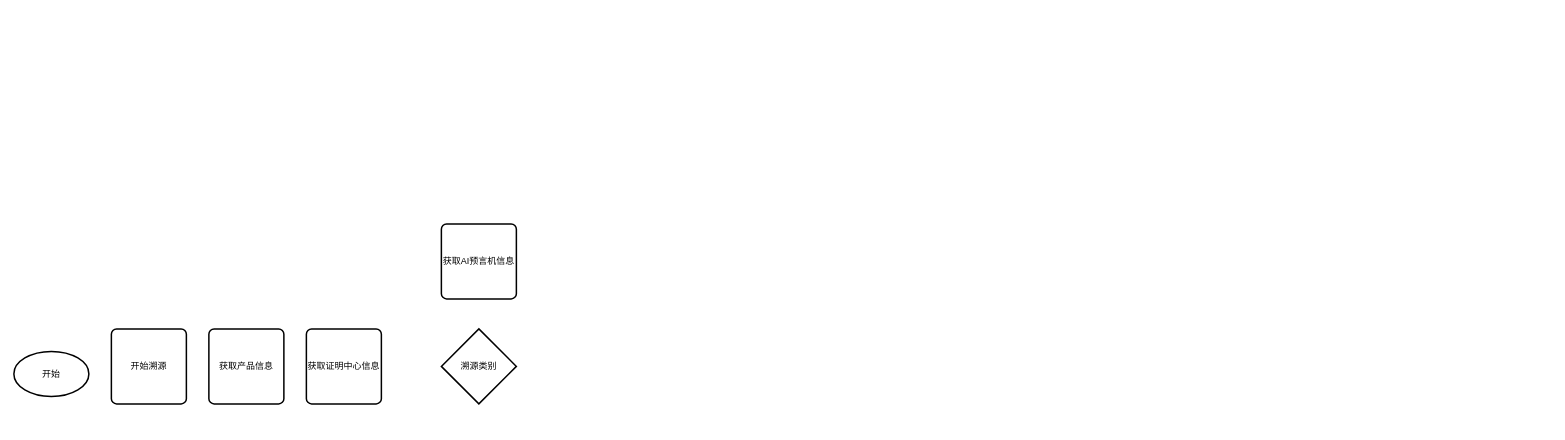
Above: page "溯源功能" (5 of 10) of 申请流程.drawio in xymtop/draw (draw.io), before the change. Source tidied: cells renumbered, new cells numbered last; positions are measured from the earlier drawing's top-left corner, leaving out a move shared by most shapes. Both pictures are drawn from the tidied source at 75%, with x=0, y=0 at pixel (14, 224).
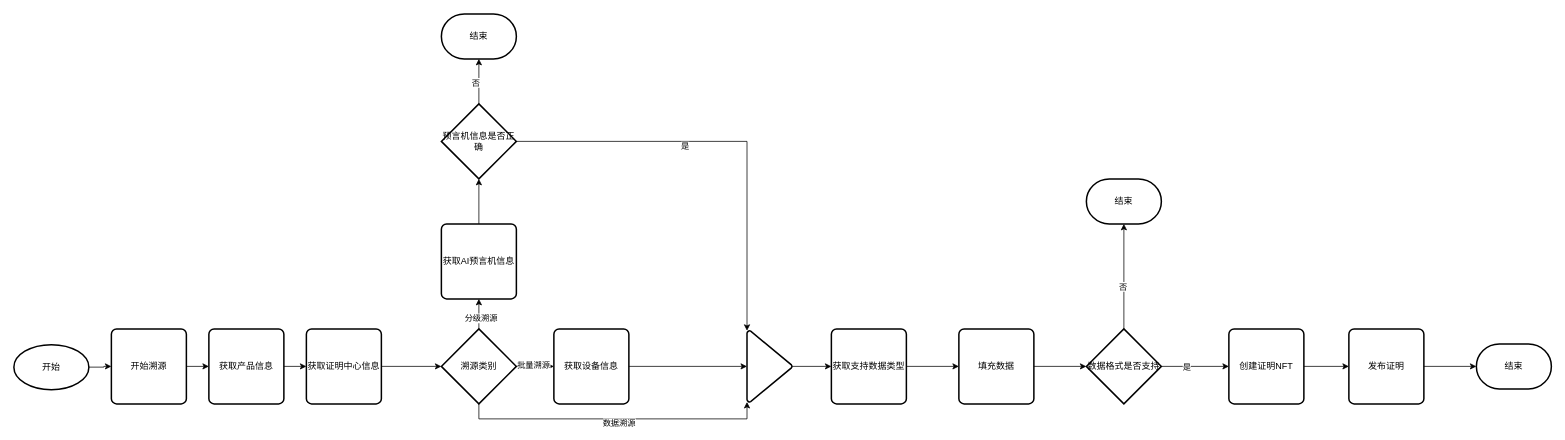
Above is the later version.

Unchanged cells that the change refers to:
```xml
<mxCell id="3" value="溯源类别" style="strokeWidth=2;html=1;shape=mxgraph.flowchart.decision;whiteSpace=wrap;" parent="1" vertex="1">
  <mxGeometry x="570" y="140" width="100" height="100" as="geometry" />
</mxCell>
<mxCell id="4" value="开始溯源" style="rounded=1;whiteSpace=wrap;html=1;absoluteArcSize=1;arcSize=14;strokeWidth=2;" parent="1" vertex="1">
  <mxGeometry x="130" y="140" width="100" height="100" as="geometry" />
</mxCell>
<mxCell id="5" value="获取产品信息" style="rounded=1;whiteSpace=wrap;html=1;absoluteArcSize=1;arcSize=14;strokeWidth=2;" parent="1" vertex="1">
  <mxGeometry x="260" y="140" width="100" height="100" as="geometry" />
</mxCell>
<mxCell id="6" value="获取证明中心信息" style="rounded=1;whiteSpace=wrap;html=1;absoluteArcSize=1;arcSize=14;strokeWidth=2;" parent="1" vertex="1">
  <mxGeometry x="390" y="140" width="100" height="100" as="geometry" />
</mxCell>
<mxCell id="7" value="获取AI预言机信息" style="rounded=1;whiteSpace=wrap;html=1;absoluteArcSize=1;arcSize=14;strokeWidth=2;" parent="1" vertex="1">
  <mxGeometry x="570" width="100" height="100" as="geometry" />
</mxCell>
```

Diff of the diagram source:
```diff
@@
+    <mxCell id="8" style="edgeStyle=orthogonalEdgeStyle;rounded=0;jettySize=auto;html=1;exitX=1;exitY=0.5;exitDx=0;exitDy=0;exitPerimeter=0;" parent="1" edge="1" source="2" target="4">
+      <mxGeometry relative="1" as="geometry" />
+    </mxCell>
     <mxCell id="2" value="开始" style="strokeWidth=2;html=1;shape=mxgraph.flowchart.start_1;whiteSpace=wrap;" parent="1" vertex="1">
-      <mxGeometry y="170" width="100" height="60" as="geometry" />
+      <mxGeometry y="161" width="100" height="60" as="geometry" />
     </mxCell>
+    <mxCell id="9" style="edgeStyle=orthogonalEdgeStyle;rounded=0;jettySize=auto;html=1;exitX=1;exitY=0.5;exitDx=0;exitDy=0;exitPerimeter=0;entryX=0;entryY=0.5;entryDx=0;entryDy=0;" parent="1" edge="1" source="3" target="16">
+      <mxGeometry relative="1" as="geometry" />
+    </mxCell>
+    <mxCell id="10" value="批量溯源" style="edgeLabel;html=1;align=center;verticalAlign=middle;" parent="9" vertex="1">
+      <mxGeometry x="-0.13" y="2" relative="1" as="geometry" />
+    </mxCell>
+    <mxCell id="11" style="edgeStyle=orthogonalEdgeStyle;rounded=0;jettySize=auto;html=1;exitX=0.5;exitY=0;exitDx=0;exitDy=0;exitPerimeter=0;entryX=0.5;entryY=1;entryDx=0;entryDy=0;" parent="1" edge="1" source="3" target="7">
+      <mxGeometry relative="1" as="geometry" />
+    </mxCell>
+    <mxCell id="12" value="分级溯源" style="edgeLabel;html=1;align=center;verticalAlign=middle;" parent="11" vertex="1">
+      <mxGeometry x="-0.23" y="-2" relative="1" as="geometry" />
+    </mxCell>
@@
+    <mxCell id="13" style="edgeStyle=orthogonalEdgeStyle;rounded=0;jettySize=auto;html=1;exitX=1;exitY=0.5;exitDx=0;exitDy=0;entryX=0;entryY=0.5;entryDx=0;entryDy=0;" parent="1" edge="1" source="4" target="5">
+      <mxGeometry relative="1" as="geometry" />
+    </mxCell>
@@
+    <mxCell id="14" style="edgeStyle=orthogonalEdgeStyle;rounded=0;jettySize=auto;html=1;exitX=1;exitY=0.5;exitDx=0;exitDy=0;entryX=0;entryY=0.5;entryDx=0;entryDy=0;" parent="1" edge="1" source="5" target="6">
+      <mxGeometry relative="1" as="geometry" />
+    </mxCell>
@@
+    <mxCell id="15" value="预言机信息是否正确" style="strokeWidth=2;html=1;shape=mxgraph.flowchart.decision;whiteSpace=wrap;" parent="1" vertex="1">
+      <mxGeometry x="570" y="-160" width="100" height="100" as="geometry" />
+    </mxCell>
+    <mxCell id="16" value="获取设备信息" style="rounded=1;whiteSpace=wrap;html=1;absoluteArcSize=1;arcSize=14;strokeWidth=2;" parent="1" vertex="1">
+      <mxGeometry x="720" y="140" width="100" height="100" as="geometry" />
+    </mxCell>
+    <mxCell id="17" style="edgeStyle=orthogonalEdgeStyle;rounded=0;jettySize=auto;html=1;exitX=1;exitY=0.5;exitDx=0;exitDy=0;entryX=0;entryY=0.5;entryDx=0;entryDy=0;" parent="1" edge="1" source="18" target="28">
+      <mxGeometry relative="1" as="geometry" />
+    </mxCell>
+    <mxCell id="18" value="获取支持数据类型" style="rounded=1;whiteSpace=wrap;html=1;absoluteArcSize=1;arcSize=14;strokeWidth=2;" parent="1" vertex="1">
+      <mxGeometry x="1090" y="140" width="100" height="100" as="geometry" />
+    </mxCell>
+    <mxCell id="19" style="edgeStyle=orthogonalEdgeStyle;rounded=0;jettySize=auto;html=1;exitX=0.5;exitY=1;exitDx=0;exitDy=0;exitPerimeter=0;entryX=0;entryY=0.5;entryDx=0;entryDy=0;" parent="1" edge="1" source="20" target="18">
+      <mxGeometry relative="1" as="geometry" />
+    </mxCell>
+    <mxCell id="20" style="strokeWidth=2;html=1;shape=mxgraph.flowchart.merge_or_storage;whiteSpace=wrap;rotation=-90;" parent="1" vertex="1">
+      <mxGeometry x="960" y="160" width="95" height="60" as="geometry" />
+    </mxCell>
+    <mxCell id="21" style="edgeStyle=orthogonalEdgeStyle;rounded=0;jettySize=auto;html=1;exitX=1;exitY=0.5;exitDx=0;exitDy=0;entryX=0;entryY=0.5;entryDx=0;entryDy=0;entryPerimeter=0;" parent="1" edge="1" source="6" target="3">
+      <mxGeometry relative="1" as="geometry" />
+    </mxCell>
+    <mxCell id="22" style="edgeStyle=orthogonalEdgeStyle;rounded=0;jettySize=auto;html=1;exitX=0.5;exitY=0;exitDx=0;exitDy=0;entryX=0.5;entryY=1;entryDx=0;entryDy=0;entryPerimeter=0;" parent="1" edge="1" source="7" target="15">
+      <mxGeometry relative="1" as="geometry" />
+    </mxCell>
+    <mxCell id="23" style="edgeStyle=orthogonalEdgeStyle;rounded=0;jettySize=auto;html=1;exitX=1;exitY=0.5;exitDx=0;exitDy=0;exitPerimeter=0;entryX=1;entryY=0;entryDx=0;entryDy=0;entryPerimeter=0;" parent="1" edge="1" source="15" target="20">
+      <mxGeometry relative="1" as="geometry" />
+    </mxCell>
+    <mxCell id="24" value="是" style="edgeLabel;html=1;align=center;verticalAlign=middle;" parent="23" vertex="1">
+      <mxGeometry x="-0.2" y="-6" relative="1" as="geometry" />
+    </mxCell>
+    <mxCell id="25" style="edgeStyle=orthogonalEdgeStyle;rounded=0;jettySize=auto;html=1;exitX=1;exitY=0.5;exitDx=0;exitDy=0;entryX=0.5;entryY=0;entryDx=0;entryDy=0;entryPerimeter=0;" parent="1" edge="1" source="16" target="20">
+      <mxGeometry relative="1" as="geometry" />
+    </mxCell>
+    <mxCell id="26" style="edgeStyle=orthogonalEdgeStyle;rounded=0;jettySize=auto;html=1;exitX=0.5;exitY=1;exitDx=0;exitDy=0;exitPerimeter=0;entryX=0;entryY=0;entryDx=0;entryDy=0;entryPerimeter=0;" parent="1" edge="1" source="3" target="20">
+      <mxGeometry relative="1" as="geometry" />
+    </mxCell>
+    <mxCell id="27" value="数据溯源" style="edgeLabel;html=1;align=center;verticalAlign=middle;" parent="26" vertex="1">
+      <mxGeometry x="0.03" y="-5" relative="1" as="geometry" />
+    </mxCell>
+    <mxCell id="28" value="填充数据" style="rounded=1;whiteSpace=wrap;html=1;absoluteArcSize=1;arcSize=14;strokeWidth=2;" parent="1" vertex="1">
+      <mxGeometry x="1260" y="140" width="100" height="100" as="geometry" />
+    </mxCell>
+    <mxCell id="29" style="edgeStyle=orthogonalEdgeStyle;rounded=0;jettySize=auto;html=1;exitX=1;exitY=0.5;exitDx=0;exitDy=0;exitPerimeter=0;entryX=0;entryY=0.5;entryDx=0;entryDy=0;" parent="1" edge="1" source="31" target="33">
+      <mxGeometry relative="1" as="geometry" />
+    </mxCell>
+    <mxCell id="30" value="是" style="edgeLabel;html=1;align=center;verticalAlign=middle;" parent="29" vertex="1">
+      <mxGeometry x="-0.26" relative="1" as="geometry" />
+    </mxCell>
+    <mxCell id="31" value="数据格式是否支持" style="strokeWidth=2;html=1;shape=mxgraph.flowchart.decision;whiteSpace=wrap;" parent="1" vertex="1">
+      <mxGeometry x="1430" y="140" width="100" height="100" as="geometry" />
+    </mxCell>
+    <mxCell id="32" style="edgeStyle=orthogonalEdgeStyle;rounded=0;jettySize=auto;html=1;exitX=1;exitY=0.5;exitDx=0;exitDy=0;" parent="1" edge="1" source="33" target="34">
+      <mxGeometry relative="1" as="geometry" />
+    </mxCell>
+    <mxCell id="33" value="创建证明NFT" style="rounded=1;whiteSpace=wrap;html=1;absoluteArcSize=1;arcSize=14;strokeWidth=2;" parent="1" vertex="1">
+      <mxGeometry x="1620" y="140" width="100" height="100" as="geometry" />
+    </mxCell>
+    <mxCell id="34" value="发布证明" style="rounded=1;whiteSpace=wrap;html=1;absoluteArcSize=1;arcSize=14;strokeWidth=2;" parent="1" vertex="1">
+      <mxGeometry x="1780" y="140" width="100" height="100" as="geometry" />
+    </mxCell>
+    <mxCell id="35" style="edgeStyle=orthogonalEdgeStyle;rounded=0;jettySize=auto;html=1;exitX=1;exitY=0.5;exitDx=0;exitDy=0;entryX=0;entryY=0.5;entryDx=0;entryDy=0;entryPerimeter=0;" parent="1" edge="1" source="28" target="31">
+      <mxGeometry relative="1" as="geometry" />
+    </mxCell>
+    <mxCell id="36" value="结束" style="strokeWidth=2;html=1;shape=mxgraph.flowchart.terminator;whiteSpace=wrap;" parent="1" vertex="1">
+      <mxGeometry x="1950" y="160" width="100" height="60" as="geometry" />
+    </mxCell>
+    <mxCell id="37" style="edgeStyle=orthogonalEdgeStyle;rounded=0;jettySize=auto;html=1;exitX=1;exitY=0.5;exitDx=0;exitDy=0;entryX=0;entryY=0.5;entryDx=0;entryDy=0;entryPerimeter=0;" parent="1" edge="1" source="34" target="36">
+      <mxGeometry relative="1" as="geometry" />
+    </mxCell>
+    <mxCell id="38" value="结束" style="strokeWidth=2;html=1;shape=mxgraph.flowchart.terminator;whiteSpace=wrap;" parent="1" vertex="1">
+      <mxGeometry x="570" y="-280" width="100" height="60" as="geometry" />
+    </mxCell>
+    <mxCell id="39" style="edgeStyle=orthogonalEdgeStyle;rounded=0;jettySize=auto;html=1;exitX=0.5;exitY=0;exitDx=0;exitDy=0;exitPerimeter=0;entryX=0.5;entryY=1;entryDx=0;entryDy=0;entryPerimeter=0;" parent="1" edge="1" source="15" target="38">
+      <mxGeometry relative="1" as="geometry" />
+    </mxCell>
+    <mxCell id="40" value="否" style="edgeLabel;html=1;align=center;verticalAlign=middle;" parent="39" vertex="1">
+      <mxGeometry x="-0.04" y="5" relative="1" as="geometry" />
+    </mxCell>
+    <mxCell id="41" value="结束" style="strokeWidth=2;html=1;shape=mxgraph.flowchart.terminator;whiteSpace=wrap;" parent="1" vertex="1">
+      <mxGeometry x="1430" y="-60" width="100" height="60" as="geometry" />
+    </mxCell>
+    <mxCell id="42" style="edgeStyle=orthogonalEdgeStyle;rounded=0;jettySize=auto;html=1;exitX=0.5;exitY=0;exitDx=0;exitDy=0;exitPerimeter=0;entryX=0.5;entryY=1;entryDx=0;entryDy=0;entryPerimeter=0;" parent="1" edge="1" source="31" target="41">
+      <mxGeometry relative="1" as="geometry" />
+    </mxCell>
+    <mxCell id="43" value="否" style="edgeLabel;html=1;align=center;verticalAlign=middle;" parent="42" vertex="1">
+      <mxGeometry x="-0.19" y="2" relative="1" as="geometry" />
+    </mxCell>
```
